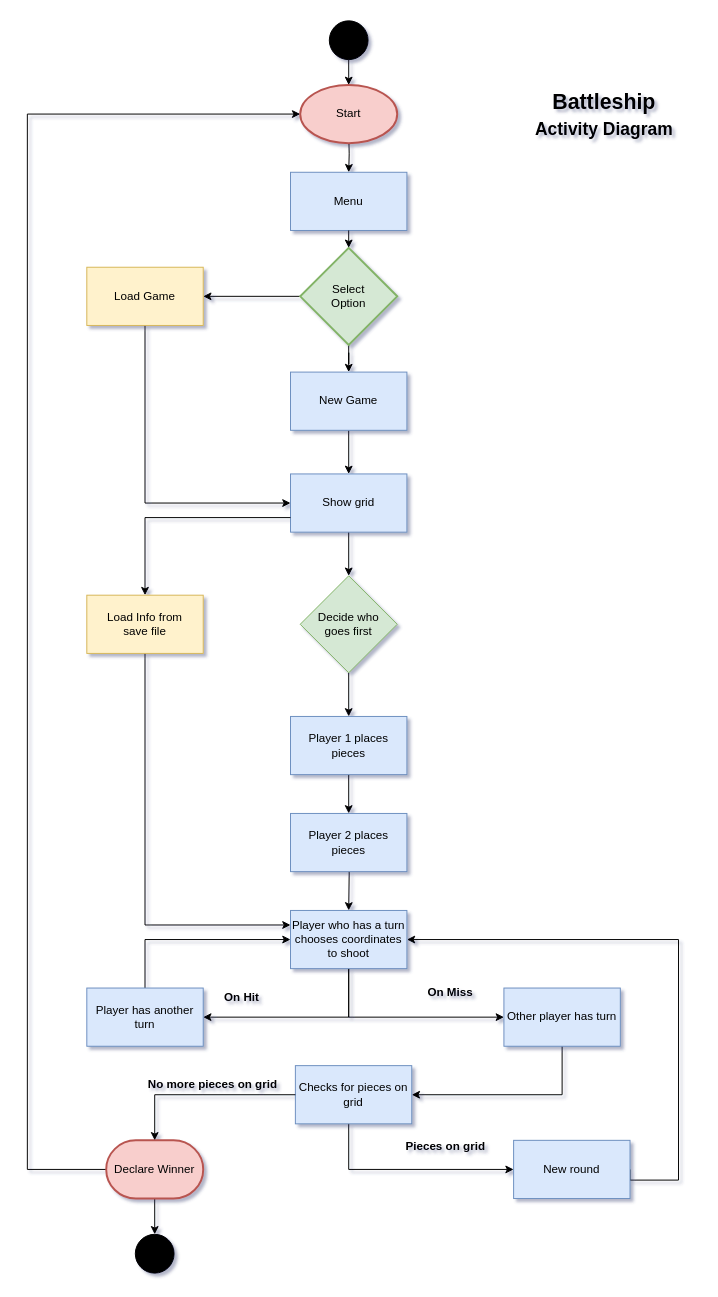
guilhermemmeirelles/Battleship keeps this draw.io diagram as ui/Flowchart/Battleship.drawio. Above is the earlier version. Source tidied: cells renumbered, new cells numbered last; positions are measured from the earlier drawing's top-left corner, leaving out a move shared by most shapes. Both pictures are drawn from the tidied source at 97%, with x=0, y=0 at pixel (27, 20).
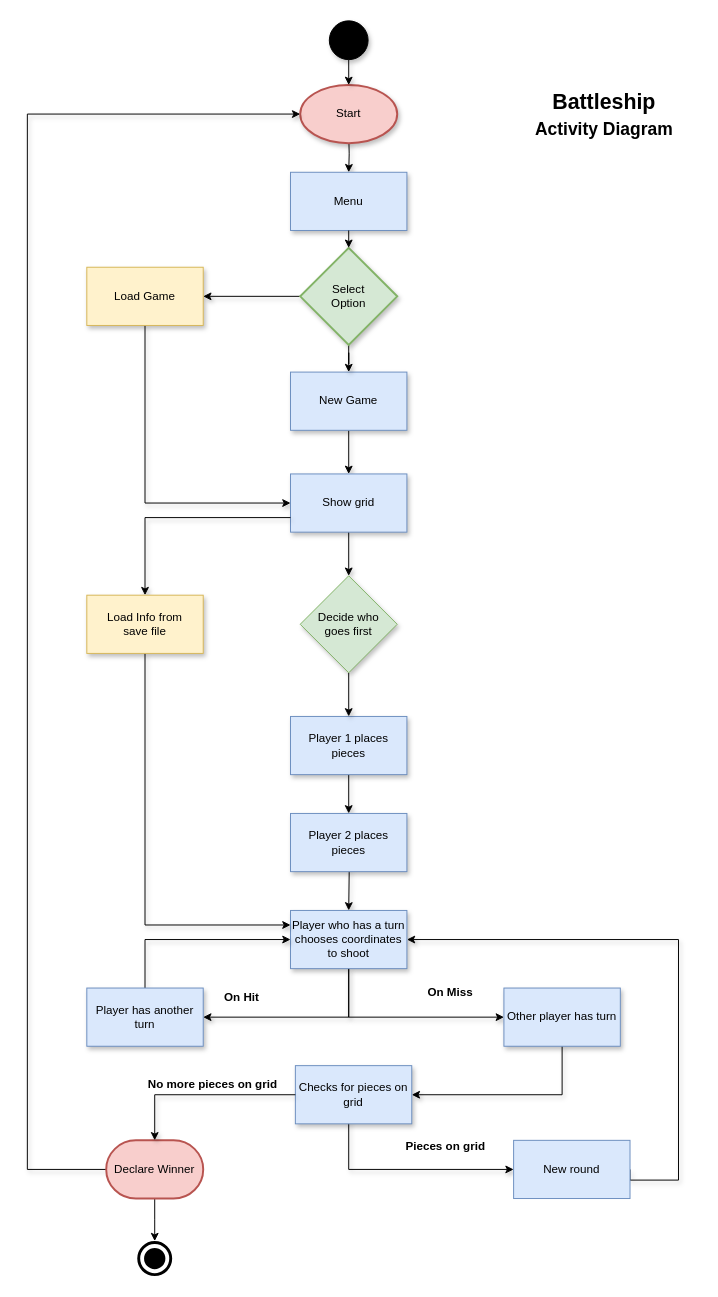
After the change.

Commit message (it also covers changes not shown here):
Changed final state in flowchart bc of UML norms

The change refers to these unchanged cells:
```xml
<mxCell id="36" value="New round" style="rounded=0;whiteSpace=wrap;html=1;fillColor=#dae8fc;strokeColor=#6c8ebf;" parent="1" vertex="1">
  <mxGeometry x="501" y="1154.1" width="120" height="60" as="geometry" />
</mxCell>
```

Change to the diagram source:
```diff
@@
-<mxGraphModel shadow="1">
+<mxGraphModel>
@@
+    <mxCell id="45" style="ellipse;shape=doubleEllipse;whiteSpace=wrap;html=1;fillColor=#000000;strokeColor=#FFFFFF;fontColor=#ffffff;perimeterSpacing=0;strokeWidth=4;shadow=0;" parent="1" vertex="1">
+      <mxGeometry x="111" y="1256" width="40" height="40" as="geometry" />
+    </mxCell>
-    <mxCell id="2" style="edgeStyle=orthogonalEdgeStyle;rounded=0;jettySize=auto;html=1;exitX=0.5;exitY=1;exitDx=0;exitDy=0;entryX=0.5;entryY=0;entryDx=0;entryDy=0;" parent="1" edge="1" target="3">
+    <mxCell id="2" style="edgeStyle=orthogonalEdgeStyle;rounded=0;jettySize=auto;html=1;exitX=0.5;exitY=1;exitDx=0;exitDy=0;entryX=0.5;entryY=0;entryDx=0;entryDy=0;shadow=1;" parent="1" edge="1" target="3">
       <mxGeometry relative="1" as="geometry">
         <mxPoint x="331" y="116.1" as="sourcePoint" />
       </mxGeometry>
     </mxCell>
-    <mxCell id="3" value="Menu" style="rounded=0;whiteSpace=wrap;html=1;fillColor=#dae8fc;strokeColor=#6c8ebf;" parent="1" vertex="1">
+    <mxCell id="3" value="Menu" style="rounded=0;whiteSpace=wrap;html=1;fillColor=#dae8fc;strokeColor=#6c8ebf;shadow=1;" parent="1" vertex="1">
       <mxGeometry x="271" y="156.1" width="120" height="60" as="geometry" />
     </mxCell>
-    <mxCell id="4" style="edgeStyle=orthogonalEdgeStyle;rounded=0;jettySize=auto;html=1;exitX=0.5;exitY=1;exitDx=0;exitDy=0;entryX=0;entryY=0.5;entryDx=0;entryDy=0;" parent="1" edge="1" source="5" target="9">
+    <mxCell id="4" style="edgeStyle=orthogonalEdgeStyle;rounded=0;jettySize=auto;html=1;exitX=0.5;exitY=1;exitDx=0;exitDy=0;entryX=0;entryY=0.5;entryDx=0;entryDy=0;shadow=1;" parent="1" edge="1" source="5" target="9">
       <mxGeometry relative="1" as="geometry" />
     </mxCell>
-    <mxCell id="5" value="Load Game" style="rounded=0;whiteSpace=wrap;html=1;fillColor=#fff2cc;strokeColor=#d6b656;" parent="1" vertex="1">
+    <mxCell id="5" value="Load Game" style="rounded=0;whiteSpace=wrap;html=1;fillColor=#fff2cc;strokeColor=#d6b656;shadow=1;" parent="1" vertex="1">
       <mxGeometry x="61" y="254" width="120" height="60" as="geometry" />
     </mxCell>
-    <mxCell id="6" style="edgeStyle=orthogonalEdgeStyle;rounded=0;jettySize=auto;html=1;" parent="1" edge="1" source="7" target="9">
+    <mxCell id="6" style="edgeStyle=orthogonalEdgeStyle;rounded=0;jettySize=auto;html=1;shadow=1;" parent="1" edge="1" source="7" target="9">
       <mxGeometry relative="1" as="geometry" />
     </mxCell>
-    <mxCell id="7" value="New Game" style="rounded=0;whiteSpace=wrap;html=1;fillColor=#dae8fc;strokeColor=#6c8ebf;" parent="1" vertex="1">
+    <mxCell id="7" value="New Game" style="rounded=0;whiteSpace=wrap;html=1;fillColor=#dae8fc;strokeColor=#6c8ebf;shadow=1;" parent="1" vertex="1">
       <mxGeometry x="271" y="362.1" width="120" height="60" as="geometry" />
     </mxCell>
-    <mxCell id="8" style="edgeStyle=orthogonalEdgeStyle;rounded=0;jettySize=auto;html=1;" parent="1" edge="1" source="9" target="20">
+    <mxCell id="8" style="edgeStyle=orthogonalEdgeStyle;rounded=0;jettySize=auto;html=1;shadow=1;" parent="1" edge="1" source="9" target="20">
       <mxGeometry relative="1" as="geometry" />
     </mxCell>
-    <mxCell id="9" value="Show grid" style="rounded=0;whiteSpace=wrap;html=1;fillColor=#dae8fc;strokeColor=#6c8ebf;" parent="1" vertex="1">
+    <mxCell id="9" value="Show grid" style="rounded=0;whiteSpace=wrap;html=1;fillColor=#dae8fc;strokeColor=#6c8ebf;shadow=1;" parent="1" vertex="1">
       <mxGeometry x="271" y="467.1" width="120" height="60" as="geometry" />
     </mxCell>
-    <mxCell id="10" style="edgeStyle=orthogonalEdgeStyle;rounded=0;jettySize=auto;html=1;" parent="1" edge="1" source="11" target="15">
+    <mxCell id="10" style="edgeStyle=orthogonalEdgeStyle;rounded=0;jettySize=auto;html=1;shadow=1;" parent="1" edge="1" source="11" target="15">
       <mxGeometry relative="1" as="geometry" />
     </mxCell>
-    <mxCell id="11" value="Player 1 places pieces" style="rounded=0;whiteSpace=wrap;html=1;fillColor=#dae8fc;strokeColor=#6c8ebf;" parent="1" vertex="1">
+    <mxCell id="11" value="Player 1 places pieces" style="rounded=0;whiteSpace=wrap;html=1;fillColor=#dae8fc;strokeColor=#6c8ebf;shadow=1;" parent="1" vertex="1">
       <mxGeometry x="271" y="717.1" width="120" height="60" as="geometry" />
     </mxCell>
-    <mxCell id="12" style="edgeStyle=orthogonalEdgeStyle;rounded=0;jettySize=auto;html=1;" parent="1" edge="1" source="23" target="7">
+    <mxCell id="12" style="edgeStyle=orthogonalEdgeStyle;rounded=0;jettySize=auto;html=1;shadow=1;" parent="1" edge="1" source="23" target="7">
       <mxGeometry relative="1" as="geometry" />
     </mxCell>
-    <mxCell id="13" value="Start" style="strokeWidth=2;html=1;shape=mxgraph.flowchart.start_1;whiteSpace=wrap;fillColor=#f8cecc;strokeColor=#b85450;" parent="1" vertex="1">
+    <mxCell id="13" value="Start" style="strokeWidth=2;html=1;shape=mxgraph.flowchart.start_1;whiteSpace=wrap;fillColor=#f8cecc;strokeColor=#b85450;shadow=1;" parent="1" vertex="1">
       <mxGeometry x="281" y="66.1" width="100" height="60" as="geometry" />
     </mxCell>
-    <mxCell id="14" style="edgeStyle=orthogonalEdgeStyle;rounded=0;jettySize=auto;html=1;" parent="1" edge="1" target="18">
+    <mxCell id="14" style="edgeStyle=orthogonalEdgeStyle;rounded=0;jettySize=auto;html=1;shadow=1;" parent="1" edge="1" target="18">
       <mxGeometry relative="1" as="geometry">
         <mxPoint x="331" y="837.1" as="sourcePoint" />
       </mxGeometry>
     </mxCell>
-    <mxCell id="15" value="Player 2 places pieces" style="rounded=0;whiteSpace=wrap;html=1;fillColor=#dae8fc;strokeColor=#6c8ebf;" parent="1" vertex="1">
+    <mxCell id="15" value="Player 2 places pieces" style="rounded=0;whiteSpace=wrap;html=1;fillColor=#dae8fc;strokeColor=#6c8ebf;shadow=1;" parent="1" vertex="1">
       <mxGeometry x="271" y="817.1" width="120" height="60" as="geometry" />
     </mxCell>
-    <mxCell id="16" style="edgeStyle=orthogonalEdgeStyle;rounded=0;jettySize=auto;html=1;exitX=0.5;exitY=1;exitDx=0;exitDy=0;entryX=1;entryY=0.5;entryDx=0;entryDy=0;" parent="1" edge="1" source="18" target="28">
+    <mxCell id="16" style="edgeStyle=orthogonalEdgeStyle;rounded=0;jettySize=auto;html=1;exitX=0.5;exitY=1;exitDx=0;exitDy=0;entryX=1;entryY=0.5;entryDx=0;entryDy=0;shadow=1;" parent="1" edge="1" source="18" target="28">
       <mxGeometry relative="1" as="geometry" />
     </mxCell>
-    <mxCell id="17" style="edgeStyle=orthogonalEdgeStyle;rounded=0;jettySize=auto;html=1;exitX=0.5;exitY=1;exitDx=0;exitDy=0;entryX=0;entryY=0.5;entryDx=0;entryDy=0;" parent="1" edge="1" source="18" target="30">
+    <mxCell id="17" style="edgeStyle=orthogonalEdgeStyle;rounded=0;jettySize=auto;html=1;exitX=0.5;exitY=1;exitDx=0;exitDy=0;entryX=0;entryY=0.5;entryDx=0;entryDy=0;shadow=1;" parent="1" edge="1" source="18" target="30">
       <mxGeometry relative="1" as="geometry" />
     </mxCell>
-    <mxCell id="18" value="Player who has a turn chooses coordinates to shoot" style="rounded=0;whiteSpace=wrap;html=1;fillColor=#dae8fc;strokeColor=#6c8ebf;" parent="1" vertex="1">
+    <mxCell id="18" value="Player who has a turn chooses coordinates to shoot" style="rounded=0;whiteSpace=wrap;html=1;fillColor=#dae8fc;strokeColor=#6c8ebf;shadow=1;" parent="1" vertex="1">
       <mxGeometry x="271" y="917.1" width="120" height="60" as="geometry" />
     </mxCell>
-    <mxCell id="19" style="edgeStyle=orthogonalEdgeStyle;rounded=0;jettySize=auto;html=1;" parent="1" edge="1" source="20" target="11">
+    <mxCell id="19" style="edgeStyle=orthogonalEdgeStyle;rounded=0;jettySize=auto;html=1;shadow=1;" parent="1" edge="1" source="20" target="11">
       <mxGeometry relative="1" as="geometry" />
     </mxCell>
-    <mxCell id="20" value="Decide who &lt;br&gt;goes first" style="rhombus;whiteSpace=wrap;html=1;fillColor=#d5e8d4;strokeColor=#82b366;" parent="1" vertex="1">
+    <mxCell id="20" value="Decide who &lt;br&gt;goes first" style="rhombus;whiteSpace=wrap;html=1;fillColor=#d5e8d4;strokeColor=#82b366;shadow=1;" parent="1" vertex="1">
       <mxGeometry x="281" y="572.1" width="100" height="100" as="geometry" />
     </mxCell>
-    <mxCell id="21" style="edgeStyle=orthogonalEdgeStyle;rounded=0;jettySize=auto;html=1;exitX=0;exitY=0.75;exitDx=0;exitDy=0;entryX=0.5;entryY=0;entryDx=0;entryDy=0;" parent="1" edge="1" source="9" target="26">
+    <mxCell id="21" style="edgeStyle=orthogonalEdgeStyle;rounded=0;jettySize=auto;html=1;exitX=0;exitY=0.75;exitDx=0;exitDy=0;entryX=0.5;entryY=0;entryDx=0;entryDy=0;shadow=1;" parent="1" edge="1" source="9" target="26">
       <mxGeometry relative="1" as="geometry">
         <Array as="points">
           <mxPoint x="121" y="512.1" />
         </Array>
       </mxGeometry>
     </mxCell>
-    <mxCell id="22" style="edgeStyle=orthogonalEdgeStyle;rounded=0;jettySize=auto;html=1;exitX=0;exitY=0.5;exitDx=0;exitDy=0;exitPerimeter=0;entryX=1;entryY=0.5;entryDx=0;entryDy=0;" parent="1" edge="1" source="23" target="5">
+    <mxCell id="22" style="edgeStyle=orthogonalEdgeStyle;rounded=0;jettySize=auto;html=1;exitX=0;exitY=0.5;exitDx=0;exitDy=0;exitPerimeter=0;entryX=1;entryY=0.5;entryDx=0;entryDy=0;shadow=1;" parent="1" edge="1" source="23" target="5">
       <mxGeometry relative="1" as="geometry" />
     </mxCell>
-    <mxCell id="23" value="Select&lt;br&gt;Option" style="strokeWidth=2;html=1;shape=mxgraph.flowchart.decision;whiteSpace=wrap;fillColor=#d5e8d4;strokeColor=#82b366;" parent="1" vertex="1">
+    <mxCell id="23" value="Select&lt;br&gt;Option" style="strokeWidth=2;html=1;shape=mxgraph.flowchart.decision;whiteSpace=wrap;fillColor=#d5e8d4;strokeColor=#82b366;shadow=1;" parent="1" vertex="1">
       <mxGeometry x="281" y="234" width="100" height="100" as="geometry" />
     </mxCell>
-    <mxCell id="24" style="edgeStyle=orthogonalEdgeStyle;rounded=0;jettySize=auto;html=1;exitX=0.5;exitY=1;exitDx=0;exitDy=0;entryX=0.5;entryY=0;entryDx=0;entryDy=0;" parent="1" edge="1" source="3" target="23">
+    <mxCell id="24" style="edgeStyle=orthogonalEdgeStyle;rounded=0;jettySize=auto;html=1;exitX=0.5;exitY=1;exitDx=0;exitDy=0;entryX=0.5;entryY=0;entryDx=0;entryDy=0;shadow=1;" parent="1" edge="1" source="3" target="23">
       <mxGeometry relative="1" as="geometry" />
     </mxCell>
-    <mxCell id="25" style="edgeStyle=orthogonalEdgeStyle;rounded=0;jettySize=auto;html=1;exitX=0.5;exitY=1;exitDx=0;exitDy=0;entryX=0;entryY=0.25;entryDx=0;entryDy=0;" parent="1" edge="1" source="26" target="18">
+    <mxCell id="25" style="edgeStyle=orthogonalEdgeStyle;rounded=0;jettySize=auto;html=1;exitX=0.5;exitY=1;exitDx=0;exitDy=0;entryX=0;entryY=0.25;entryDx=0;entryDy=0;shadow=1;" parent="1" edge="1" source="26" target="18">
       <mxGeometry relative="1" as="geometry" />
     </mxCell>
-    <mxCell id="26" value="Load Info from&lt;br&gt;save file" style="rounded=0;whiteSpace=wrap;html=1;fillColor=#fff2cc;strokeColor=#d6b656;" parent="1" vertex="1">
+    <mxCell id="26" value="Load Info from&lt;br&gt;save file" style="rounded=0;whiteSpace=wrap;html=1;fillColor=#fff2cc;strokeColor=#d6b656;shadow=1;" parent="1" vertex="1">
       <mxGeometry x="61" y="592.1" width="120" height="60" as="geometry" />
     </mxCell>
-    <mxCell id="27" style="edgeStyle=orthogonalEdgeStyle;rounded=0;jettySize=auto;html=1;exitX=0.5;exitY=0;exitDx=0;exitDy=0;entryX=0;entryY=0.5;entryDx=0;entryDy=0;" parent="1" edge="1" source="28" target="18">
+    <mxCell id="27" style="edgeStyle=orthogonalEdgeStyle;rounded=0;jettySize=auto;html=1;exitX=0.5;exitY=0;exitDx=0;exitDy=0;entryX=0;entryY=0.5;entryDx=0;entryDy=0;shadow=1;" parent="1" edge="1" source="28" target="18">
       <mxGeometry relative="1" as="geometry" />
     </mxCell>
-    <mxCell id="28" value="Player has another turn" style="rounded=0;whiteSpace=wrap;html=1;fillColor=#dae8fc;strokeColor=#6c8ebf;" parent="1" vertex="1">
+    <mxCell id="28" value="Player has another turn" style="rounded=0;whiteSpace=wrap;html=1;fillColor=#dae8fc;strokeColor=#6c8ebf;shadow=1;" parent="1" vertex="1">
       <mxGeometry x="61" y="997.1" width="120" height="60" as="geometry" />
     </mxCell>
-    <mxCell id="29" style="edgeStyle=orthogonalEdgeStyle;rounded=0;jettySize=auto;html=1;exitX=0.5;exitY=1;exitDx=0;exitDy=0;entryX=1;entryY=0.5;entryDx=0;entryDy=0;" parent="1" edge="1" source="30" target="34">
+    <mxCell id="29" style="edgeStyle=orthogonalEdgeStyle;rounded=0;jettySize=auto;html=1;exitX=0.5;exitY=1;exitDx=0;exitDy=0;entryX=1;entryY=0.5;entryDx=0;entryDy=0;shadow=1;" parent="1" edge="1" source="30" target="34">
       <mxGeometry relative="1" as="geometry">
         <Array as="points">
           <mxPoint x="551" y="1107.1" />
         </Array>
       </mxGeometry>
     </mxCell>
-    <mxCell id="30" value="Other player has turn" style="rounded=0;whiteSpace=wrap;html=1;fillColor=#dae8fc;strokeColor=#6c8ebf;" parent="1" vertex="1">
+    <mxCell id="30" value="Other player has turn" style="rounded=0;whiteSpace=wrap;html=1;fillColor=#dae8fc;strokeColor=#6c8ebf;shadow=1;" parent="1" vertex="1">
       <mxGeometry x="491" y="997.1" width="120" height="60" as="geometry" />
     </mxCell>
-    <mxCell id="31" value="On Hit" style="text;html=1;strokeColor=none;fillColor=none;align=center;verticalAlign=middle;whiteSpace=wrap;rounded=0;fontStyle=1;" parent="1" vertex="1">
+    <mxCell id="31" value="On Hit" style="text;html=1;strokeColor=none;fillColor=none;align=center;verticalAlign=middle;whiteSpace=wrap;rounded=0;fontStyle=1;shadow=1;" parent="1" vertex="1">
       <mxGeometry x="201" y="997.1" width="40" height="20" as="geometry" />
     </mxCell>
-    <mxCell id="32" value="On Miss" style="text;html=1;strokeColor=none;fillColor=none;align=center;verticalAlign=middle;whiteSpace=wrap;rounded=0;fontStyle=1;" parent="1" vertex="1">
+    <mxCell id="32" value="On Miss" style="text;html=1;strokeColor=none;fillColor=none;align=center;verticalAlign=middle;whiteSpace=wrap;rounded=0;fontStyle=1;shadow=1;" parent="1" vertex="1">
       <mxGeometry x="401" y="987.1" width="70" height="30" as="geometry" />
     </mxCell>
-    <mxCell id="33" style="edgeStyle=orthogonalEdgeStyle;rounded=0;jettySize=auto;html=1;exitX=0.5;exitY=1;exitDx=0;exitDy=0;entryX=0;entryY=0.5;entryDx=0;entryDy=0;" parent="1" edge="1" target="36">
+    <mxCell id="33" style="edgeStyle=orthogonalEdgeStyle;rounded=0;jettySize=auto;html=1;exitX=0.5;exitY=1;exitDx=0;exitDy=0;entryX=0;entryY=0.5;entryDx=0;entryDy=0;shadow=1;" parent="1" edge="1" target="36">
       <mxGeometry relative="1" as="geometry">
         <mxPoint x="346" y="1126.1" as="sourcePoint" />
         <Array as="points">
           <mxPoint x="331" y="1126.1" />
           <mxPoint x="331" y="1184.1" />
         </Array>
       </mxGeometry>
     </mxCell>
-    <mxCell id="34" value="Checks for pieces on grid" style="rounded=0;whiteSpace=wrap;html=1;fillColor=#dae8fc;strokeColor=#6c8ebf;" parent="1" vertex="1">
+    <mxCell id="34" value="Checks for pieces on grid" style="rounded=0;whiteSpace=wrap;html=1;fillColor=#dae8fc;strokeColor=#6c8ebf;shadow=1;" parent="1" vertex="1">
       <mxGeometry x="276" y="1077.1" width="120" height="60" as="geometry" />
     </mxCell>
-    <mxCell id="35" style="edgeStyle=orthogonalEdgeStyle;rounded=0;jettySize=auto;html=1;exitX=1;exitY=0.5;exitDx=0;exitDy=0;entryX=1;entryY=0.5;entryDx=0;entryDy=0;" parent="1" edge="1" source="36" target="18">
+    <mxCell id="35" style="edgeStyle=orthogonalEdgeStyle;rounded=0;jettySize=auto;html=1;exitX=1;exitY=0.5;exitDx=0;exitDy=0;entryX=1;entryY=0.5;entryDx=0;entryDy=0;shadow=1;" parent="1" edge="1" source="36" target="18">
       <mxGeometry relative="1" as="geometry">
         <Array as="points">
           <mxPoint x="671" y="1195.1" />
           <mxPoint x="671" y="947.1" />
         </Array>
       </mxGeometry>
     </mxCell>
@@
-    <mxCell id="37" value="No more pieces on grid" style="text;html=1;strokeColor=none;fillColor=none;align=center;verticalAlign=middle;whiteSpace=wrap;rounded=0;fontStyle=1;" parent="1" vertex="1">
+    <mxCell id="37" value="No more pieces on grid" style="text;html=1;strokeColor=none;fillColor=none;align=center;verticalAlign=middle;whiteSpace=wrap;rounded=0;fontStyle=1;shadow=1;" parent="1" vertex="1">
       <mxGeometry x="121" y="1087.1" width="140" height="20" as="geometry" />
     </mxCell>
-    <mxCell id="38" value="Pieces on grid" style="text;html=1;strokeColor=none;fillColor=none;align=center;verticalAlign=middle;whiteSpace=wrap;rounded=0;fontStyle=1;" parent="1" vertex="1">
+    <mxCell id="38" value="Pieces on grid" style="text;html=1;strokeColor=none;fillColor=none;align=center;verticalAlign=middle;whiteSpace=wrap;rounded=0;fontStyle=1;shadow=1;" parent="1" vertex="1">
       <mxGeometry x="386" y="1146.1" width="90" height="30" as="geometry" />
     </mxCell>
-    <mxCell id="39" style="edgeStyle=orthogonalEdgeStyle;rounded=0;jettySize=auto;html=1;exitX=0.5;exitY=1;exitDx=0;exitDy=0;exitPerimeter=0;entryX=0.5;entryY=0;entryDx=0;entryDy=0;" parent="1" edge="1" source="41" target="45">
-      <mxGeometry relative="1" as="geometry" />
+    <mxCell id="39" style="edgeStyle=orthogonalEdgeStyle;rounded=0;jettySize=auto;html=1;exitX=0.5;exitY=1;exitDx=0;exitDy=0;exitPerimeter=0;" parent="1" edge="1" source="41">
+      <mxGeometry relative="1" as="geometry">
+        <mxPoint x="131" y="1258" as="targetPoint" />
+      </mxGeometry>
     </mxCell>
-    <mxCell id="40" style="edgeStyle=orthogonalEdgeStyle;rounded=0;jettySize=auto;html=1;exitX=0;exitY=0.5;exitDx=0;exitDy=0;exitPerimeter=0;entryX=0;entryY=0.5;entryDx=0;entryDy=0;entryPerimeter=0;" parent="1" edge="1" source="41" target="13">
+    <mxCell id="40" style="edgeStyle=orthogonalEdgeStyle;rounded=0;jettySize=auto;html=1;exitX=0;exitY=0.5;exitDx=0;exitDy=0;exitPerimeter=0;entryX=0;entryY=0.5;entryDx=0;entryDy=0;entryPerimeter=0;shadow=1;" parent="1" edge="1" source="41" target="13">
       <mxGeometry relative="1" as="geometry">
         <Array as="points">
           <mxPoint x="-0.3" y="1184" />
           <mxPoint x="-0.3" y="96" />
         </Array>
       </mxGeometry>
     </mxCell>
-    <mxCell id="41" value="Declare Winner" style="strokeWidth=2;html=1;shape=mxgraph.flowchart.terminator;whiteSpace=wrap;fillColor=#f8cecc;strokeColor=#b85450;" parent="1" vertex="1">
+    <mxCell id="41" value="Declare Winner" style="strokeWidth=2;html=1;shape=mxgraph.flowchart.terminator;whiteSpace=wrap;fillColor=#f8cecc;strokeColor=#b85450;shadow=0;" parent="1" vertex="1">
       <mxGeometry x="81" y="1154.1" width="100" height="60" as="geometry" />
     </mxCell>
-    <mxCell id="42" style="edgeStyle=orthogonalEdgeStyle;rounded=0;jettySize=auto;html=1;exitX=0;exitY=0.5;exitDx=0;exitDy=0;entryX=0.5;entryY=0;entryDx=0;entryDy=0;" parent="1" edge="1" source="34" target="41">
+    <mxCell id="42" style="edgeStyle=orthogonalEdgeStyle;rounded=0;jettySize=auto;html=1;exitX=0;exitY=0.5;exitDx=0;exitDy=0;entryX=0.5;entryY=0;entryDx=0;entryDy=0;shadow=1;" parent="1" edge="1" source="34" target="41">
       <mxGeometry relative="1" as="geometry" />
     </mxCell>
-    <mxCell id="43" style="edgeStyle=orthogonalEdgeStyle;rounded=0;jettySize=auto;html=1;exitX=0.5;exitY=1;exitDx=0;exitDy=0;entryX=0.5;entryY=0;entryDx=0;entryDy=0;entryPerimeter=0;" parent="1" edge="1" source="44" target="13">
+    <mxCell id="43" style="edgeStyle=orthogonalEdgeStyle;rounded=0;jettySize=auto;html=1;exitX=0.5;exitY=1;exitDx=0;exitDy=0;entryX=0.5;entryY=0;entryDx=0;entryDy=0;entryPerimeter=0;shadow=1;" parent="1" edge="1" source="44" target="13">
       <mxGeometry relative="1" as="geometry" />
     </mxCell>
-    <mxCell id="44" style="ellipse;shape=doubleEllipse;whiteSpace=wrap;html=1;fillColor=#000000;" parent="1" vertex="1">
+    <mxCell id="44" style="ellipse;shape=doubleEllipse;whiteSpace=wrap;html=1;fillColor=#000000;shadow=1;" parent="1" vertex="1">
       <mxGeometry x="311" width="40" height="40" as="geometry" />
     </mxCell>
-    <mxCell id="45" style="ellipse;shape=doubleEllipse;whiteSpace=wrap;html=1;fillColor=#000000;" parent="1" vertex="1">
-      <mxGeometry x="111" y="1251" width="40" height="40" as="geometry" />
-    </mxCell>
-    <mxCell id="46" value="&lt;b&gt;Battleship&lt;br&gt;&lt;font style=&quot;font-size: 18px&quot;&gt;Activity Diagram&lt;/font&gt;&lt;br&gt;&lt;/b&gt;" style="text;html=1;fillColor=none;align=center;verticalAlign=middle;whiteSpace=wrap;rounded=0;fontSize=22;shadow=0;" parent="1" vertex="1">
+    <mxCell id="46" value="&lt;b&gt;Battleship&lt;br&gt;&lt;font style=&quot;font-size: 18px&quot;&gt;Activity Diagram&lt;/font&gt;&lt;br&gt;&lt;/b&gt;" style="text;html=1;fillColor=none;align=center;verticalAlign=middle;whiteSpace=wrap;rounded=0;fontSize=22;shadow=1;" parent="1" vertex="1">
       <mxGeometry x="501" y="66.1" width="187" height="60.9" as="geometry" />
     </mxCell>
```
